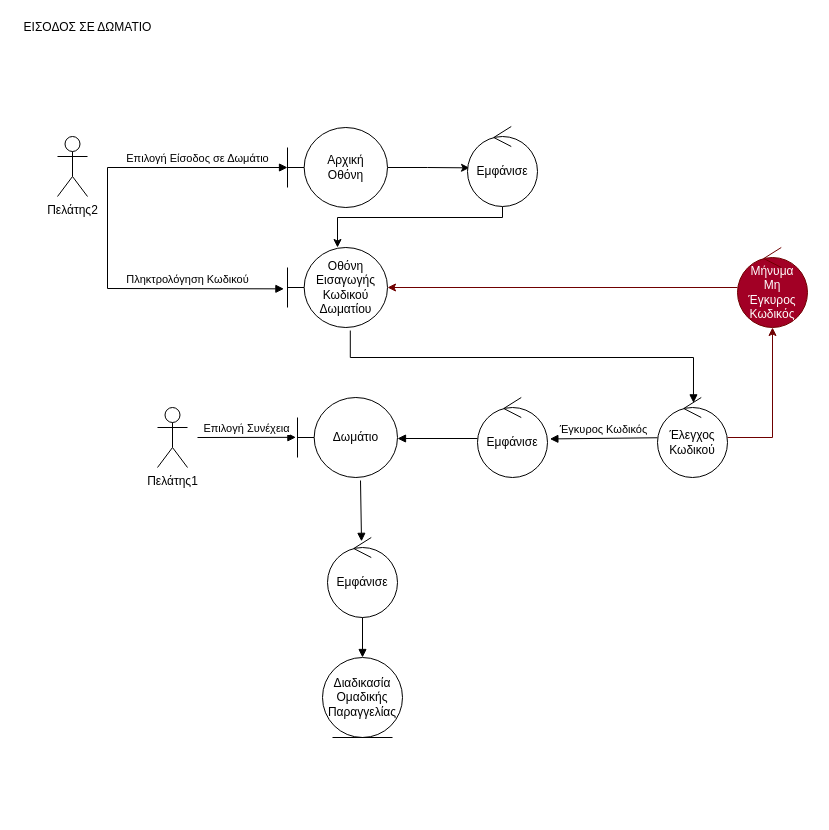
Earlier version of the draw.io diagram docs/contributions/AthanasiaZ/Writing-Charts/Phase3/Robustness Diagrams/Είσοδος σε Δωμάτιο.drawio (iloudaros/nomnomr). Source tidied: cells renumbered, new cells numbered last; positions are measured from the earlier drawing's top-left corner, leaving out a move shared by most shapes. Both pictures are drawn from the tidied source at 100%, with x=0, y=0 at pixel (17, 17).
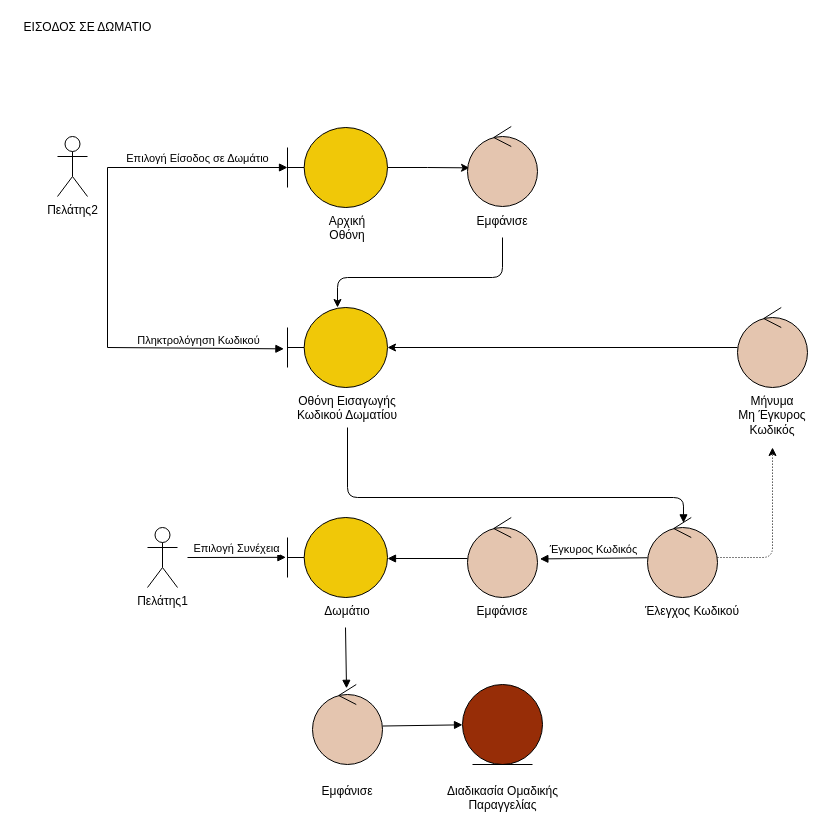
Above is the later version.

Diff of the diagram source:
```diff
@@
-    <mxCell id="4" value="Οθόνη Εισαγωγής Κωδικού Δωματίου" style="shape=umlBoundary;whiteSpace=wrap;html=1;" parent="1" vertex="1">
-      <mxGeometry x="270" y="230" width="100" height="80" as="geometry" />
+    <mxCell id="4" style="shape=umlBoundary;whiteSpace=wrap;html=1;fillColor=#F0C808;" parent="1" vertex="1">
+      <mxGeometry x="270" y="290" width="100" height="80" as="geometry" />
     </mxCell>
@@
-    <mxCell id="7" value="Αρχική&lt;br&gt;Οθόνη" style="shape=umlBoundary;whiteSpace=wrap;html=1;" parent="1" vertex="1">
+    <mxCell id="7" style="shape=umlBoundary;whiteSpace=wrap;html=1;fillColor=#F0C808;" parent="1" vertex="1">
       <mxGeometry x="270" y="110" width="100" height="80" as="geometry" />
     </mxCell>
-    <mxCell id="8" style="edgeStyle=orthogonalEdgeStyle;rounded=0;jettySize=auto;html=1;" parent="1" edge="1" source="9" target="4">
+    <mxCell id="8" style="edgeStyle=orthogonalEdgeStyle;rounded=1;jettySize=auto;html=1;exitX=0.5;exitY=1;exitDx=0;exitDy=0;" parent="1" edge="1" source="27" target="4">
       <mxGeometry relative="1" as="geometry">
         <Array as="points">
-          <mxPoint x="485" y="200" />
-          <mxPoint x="320" y="200" />
+          <mxPoint x="485" y="260" />
+          <mxPoint x="320" y="260" />
         </Array>
       </mxGeometry>
     </mxCell>
-    <mxCell id="9" value="Εμφάνισε" style="ellipse;shape=umlControl;whiteSpace=wrap;html=1;" parent="1" vertex="1">
+    <mxCell id="9" style="ellipse;shape=umlControl;whiteSpace=wrap;html=1;fillColor=#E4C5AF;" parent="1" vertex="1">
       <mxGeometry x="450" y="109" width="70" height="80" as="geometry" />
     </mxCell>
     <mxCell id="10" value="Πληκτρολόγηση Κωδικού" style="html=1;verticalAlign=bottom;endArrow=block;rounded=0;entryX=-0.036;entryY=0.517;entryDx=0;entryDy=0;entryPerimeter=0;" parent="1" edge="1" target="4">
-      <mxGeometry x="0.35" relative="1" as="geometry">
+      <mxGeometry x="0.52" y="-1" relative="1" as="geometry">
         <mxPoint x="90" y="150" as="sourcePoint" />
         <Array as="points">
-          <mxPoint x="90" y="271" />
+          <mxPoint x="90" y="330" />
         </Array>
       </mxGeometry>
     </mxCell>
-    <mxCell id="11" style="edgeStyle=orthogonalEdgeStyle;rounded=0;jettySize=auto;html=1;fillColor=#a20025;strokeColor=#6F0000;" parent="1" edge="1" source="12" target="25">
+    <mxCell id="11" style="edgeStyle=orthogonalEdgeStyle;rounded=1;jettySize=auto;html=1;fillColor=#a20025;strokeColor=#000000;dashed=1;dashPattern=1 2;entryX=0.5;entryY=1;entryDx=0;entryDy=0;" parent="1" edge="1" source="12" target="29">
       <mxGeometry relative="1" as="geometry" />
     </mxCell>
-    <mxCell id="12" value="Έλεγχος Κωδικού" style="ellipse;shape=umlControl;whiteSpace=wrap;html=1;" parent="1" vertex="1">
-      <mxGeometry x="640" y="380" width="70" height="80" as="geometry" />
+    <mxCell id="12" style="ellipse;shape=umlControl;whiteSpace=wrap;html=1;fillColor=#E4C5AF;" parent="1" vertex="1">
+      <mxGeometry x="630" y="500" width="70" height="80" as="geometry" />
     </mxCell>
-    <mxCell id="13" style="html=1;verticalAlign=bottom;endArrow=block;rounded=0;exitX=0.628;exitY=1.038;exitDx=0;exitDy=0;exitPerimeter=0;entryX=0.514;entryY=0.067;entryDx=0;entryDy=0;entryPerimeter=0;edgeStyle=orthogonalEdgeStyle;" parent="1" edge="1" source="4" target="12">
+    <mxCell id="13" style="html=1;verticalAlign=bottom;endArrow=block;rounded=1;exitX=0.5;exitY=1;exitDx=0;exitDy=0;entryX=0.514;entryY=0.067;entryDx=0;entryDy=0;entryPerimeter=0;edgeStyle=orthogonalEdgeStyle;" parent="1" edge="1" source="28" target="12">
       <mxGeometry relative="1" as="geometry">
         <Array as="points">
-          <mxPoint x="333" y="340" />
-          <mxPoint x="676" y="340" />
+          <mxPoint x="330" y="480" />
+          <mxPoint x="666" y="480" />
         </Array>
       </mxGeometry>
     </mxCell>
-    <mxCell id="14" value="Εμφάνισε" style="ellipse;shape=umlControl;whiteSpace=wrap;html=1;" parent="1" vertex="1">
-      <mxGeometry x="460" y="380" width="70" height="80" as="geometry" />
+    <mxCell id="14" style="ellipse;shape=umlControl;whiteSpace=wrap;html=1;fillColor=#E4C5AF;" parent="1" vertex="1">
+      <mxGeometry x="450" y="500" width="70" height="80" as="geometry" />
     </mxCell>
@@
-    <mxCell id="16" value="Δωμάτιο" style="shape=umlBoundary;whiteSpace=wrap;html=1;" parent="1" vertex="1">
-      <mxGeometry x="280" y="380" width="100" height="80" as="geometry" />
+    <mxCell id="16" style="shape=umlBoundary;whiteSpace=wrap;html=1;fillColor=#F0C808;" parent="1" vertex="1">
+      <mxGeometry x="270" y="500" width="100" height="80" as="geometry" />
     </mxCell>
     <mxCell id="17" style="html=1;verticalAlign=bottom;endArrow=block;rounded=0;" parent="1" edge="1">
       <mxGeometry relative="1" as="geometry">
-        <mxPoint x="460" y="421" as="sourcePoint" />
-        <mxPoint x="380" y="421" as="targetPoint" />
+        <mxPoint x="450" y="541" as="sourcePoint" />
+        <mxPoint x="370" y="541" as="targetPoint" />
       </mxGeometry>
     </mxCell>
     <mxCell id="18" value="Πελάτης1" style="shape=umlActor;verticalLabelPosition=bottom;verticalAlign=top;html=1;" parent="1" vertex="1">
-      <mxGeometry x="140" y="390" width="30" height="60" as="geometry" />
+      <mxGeometry x="130" y="510" width="30" height="60" as="geometry" />
     </mxCell>
     <mxCell id="19" value="Επιλογή Συνέχεια" style="html=1;verticalAlign=bottom;endArrow=block;rounded=0;entryX=-0.016;entryY=0.498;entryDx=0;entryDy=0;entryPerimeter=0;" parent="1" edge="1" target="16">
       <mxGeometry relative="1" as="geometry">
-        <mxPoint x="180" y="420" as="sourcePoint" />
+        <mxPoint x="170" y="540" as="sourcePoint" />
       </mxGeometry>
     </mxCell>
-    <mxCell id="20" value="Εμφάνισε" style="ellipse;shape=umlControl;whiteSpace=wrap;html=1;" parent="1" vertex="1">
-      <mxGeometry x="310" y="520" width="70" height="80" as="geometry" />
+    <mxCell id="20" style="ellipse;shape=umlControl;whiteSpace=wrap;html=1;fillColor=#E4C5AF;" parent="1" vertex="1">
+      <mxGeometry x="295" y="667" width="70" height="80" as="geometry" />
     </mxCell>
     <mxCell id="21" style="html=1;verticalAlign=bottom;endArrow=block;rounded=0;entryX=0.486;entryY=0.048;entryDx=0;entryDy=0;entryPerimeter=0;" parent="1" edge="1" target="20">
       <mxGeometry relative="1" as="geometry">
-        <mxPoint x="343" y="463" as="sourcePoint" />
+        <mxPoint x="328" y="610" as="sourcePoint" />
       </mxGeometry>
     </mxCell>
-    <mxCell id="22" value="Διαδικασία Ομαδικής Παραγγελίας" style="ellipse;shape=umlEntity;whiteSpace=wrap;html=1;" parent="1" vertex="1">
-      <mxGeometry x="305" y="640" width="80" height="80" as="geometry" />
+    <mxCell id="22" style="ellipse;shape=umlEntity;whiteSpace=wrap;html=1;fillColor=#972D07;" parent="1" vertex="1">
+      <mxGeometry x="445" y="667" width="80" height="80" as="geometry" />
     </mxCell>
-    <mxCell id="23" style="html=1;verticalAlign=bottom;endArrow=block;rounded=0;" parent="1" edge="1" target="22">
-      <mxGeometry relative="1" as="geometry">
-        <mxPoint x="345" y="600" as="sourcePoint" />
-      </mxGeometry>
+    <mxCell id="23" style="html=1;verticalAlign=bottom;endArrow=block;rounded=0;exitX=1.002;exitY=0.519;exitDx=0;exitDy=0;exitPerimeter=0;" parent="1" edge="1" source="20" target="22">
+      <mxGeometry relative="1" as="geometry" />
     </mxCell>
-    <mxCell id="24" style="edgeStyle=orthogonalEdgeStyle;rounded=0;jettySize=auto;html=1;fillColor=#a20025;strokeColor=#6F0000;" parent="1" edge="1" source="25" target="4">
+    <mxCell id="24" style="edgeStyle=orthogonalEdgeStyle;rounded=0;jettySize=auto;html=1;fillColor=#a20025;strokeColor=#000000;" parent="1" edge="1" source="25" target="4">
       <mxGeometry relative="1" as="geometry" />
     </mxCell>
-    <mxCell id="25" value="Μήνυμα&lt;br&gt;Μη&lt;br&gt;Έγκυρος&lt;br&gt;Κωδικός" style="ellipse;shape=umlControl;whiteSpace=wrap;html=1;fillColor=#a20025;strokeColor=#6F0000;fontColor=#ffffff;" parent="1" vertex="1">
-      <mxGeometry x="720" y="230" width="70" height="80" as="geometry" />
+    <mxCell id="25" style="ellipse;shape=umlControl;whiteSpace=wrap;html=1;fillColor=#E4C5AF;strokeColor=#000000;fontColor=#ffffff;" parent="1" vertex="1">
+      <mxGeometry x="720" y="290" width="70" height="80" as="geometry" />
     </mxCell>
+    <mxCell id="26" value="&lt;span style=&quot;font-family: helvetica; font-size: 12px; font-style: normal; font-weight: 400; letter-spacing: normal; text-indent: 0px; text-transform: none; word-spacing: 0px; display: inline; float: none;&quot;&gt;Αρχική&lt;/span&gt;&lt;br style=&quot;font-family: helvetica; font-size: 12px; font-style: normal; font-weight: 400; letter-spacing: normal; text-indent: 0px; text-transform: none; word-spacing: 0px;&quot;&gt;&lt;span style=&quot;font-family: helvetica; font-size: 12px; font-style: normal; font-weight: 400; letter-spacing: normal; text-indent: 0px; text-transform: none; word-spacing: 0px; display: inline; float: none;&quot;&gt;Οθόνη&lt;/span&gt;" style="text;whiteSpace=wrap;html=1;align=center;labelBackgroundColor=none;fontColor=default;" parent="1" vertex="1">
+      <mxGeometry x="295" y="190" width="70" height="40" as="geometry" />
+    </mxCell>
+    <mxCell id="27" value="&lt;span style=&quot;font-family: helvetica; font-size: 12px; font-style: normal; font-weight: 400; letter-spacing: normal; text-indent: 0px; text-transform: none; word-spacing: 0px; display: inline; float: none;&quot;&gt;Εμφάνισε&lt;/span&gt;" style="text;whiteSpace=wrap;html=1;align=center;labelBackgroundColor=none;fontColor=default;" parent="1" vertex="1">
+      <mxGeometry x="445" y="190" width="80" height="30" as="geometry" />
+    </mxCell>
+    <mxCell id="28" value="&lt;span style=&quot;font-family: helvetica; font-size: 12px; font-style: normal; font-weight: 400; letter-spacing: normal; text-indent: 0px; text-transform: none; word-spacing: 0px; display: inline; float: none;&quot;&gt;Οθόνη Εισαγωγής &lt;br&gt;Κωδικού Δωματίου&lt;/span&gt;" style="text;whiteSpace=wrap;html=1;align=center;labelBackgroundColor=none;fontColor=default;" parent="1" vertex="1">
+      <mxGeometry x="210" y="370" width="240" height="40" as="geometry" />
+    </mxCell>
+    <mxCell id="29" value="&lt;span style=&quot;font-family: &amp;#34;helvetica&amp;#34; ; font-size: 12px ; font-style: normal ; font-weight: 400 ; letter-spacing: normal ; text-indent: 0px ; text-transform: none ; word-spacing: 0px ; display: inline ; float: none&quot;&gt;Μήνυμα&lt;/span&gt;&lt;br style=&quot;font-family: &amp;#34;helvetica&amp;#34; ; font-size: 12px ; font-style: normal ; font-weight: 400 ; letter-spacing: normal ; text-indent: 0px ; text-transform: none ; word-spacing: 0px&quot;&gt;&lt;span style=&quot;font-family: &amp;#34;helvetica&amp;#34; ; font-size: 12px ; font-style: normal ; font-weight: 400 ; letter-spacing: normal ; text-indent: 0px ; text-transform: none ; word-spacing: 0px ; display: inline ; float: none&quot;&gt;Μη&amp;nbsp;&lt;/span&gt;&lt;span style=&quot;font-family: &amp;#34;helvetica&amp;#34; ; font-size: 12px ; font-style: normal ; font-weight: 400 ; letter-spacing: normal ; text-indent: 0px ; text-transform: none ; word-spacing: 0px ; display: inline ; float: none&quot;&gt;Έγκυρος&lt;/span&gt;&lt;br style=&quot;font-family: &amp;#34;helvetica&amp;#34; ; font-size: 12px ; font-style: normal ; font-weight: 400 ; letter-spacing: normal ; text-indent: 0px ; text-transform: none ; word-spacing: 0px&quot;&gt;&lt;span style=&quot;font-family: &amp;#34;helvetica&amp;#34; ; font-size: 12px ; font-style: normal ; font-weight: 400 ; letter-spacing: normal ; text-indent: 0px ; text-transform: none ; word-spacing: 0px ; display: inline ; float: none&quot;&gt;Κωδικός&lt;/span&gt;" style="text;whiteSpace=wrap;html=1;fontColor=default;labelBackgroundColor=none;align=center;" parent="1" vertex="1">
+      <mxGeometry x="715" y="370" width="80" height="60" as="geometry" />
+    </mxCell>
+    <mxCell id="30" value="&lt;span style=&quot;font-family: helvetica; font-size: 12px; font-style: normal; font-weight: 400; letter-spacing: normal; text-indent: 0px; text-transform: none; word-spacing: 0px; display: inline; float: none;&quot;&gt;Δωμάτιο&lt;/span&gt;" style="text;whiteSpace=wrap;html=1;align=center;labelBackgroundColor=none;fontColor=default;" parent="1" vertex="1">
+      <mxGeometry x="295" y="580" width="70" height="30" as="geometry" />
+    </mxCell>
+    <mxCell id="31" value="&lt;span style=&quot;font-family: helvetica; font-size: 12px; font-style: normal; font-weight: 400; letter-spacing: normal; text-indent: 0px; text-transform: none; word-spacing: 0px; display: inline; float: none;&quot;&gt;Εμφάνισε&lt;/span&gt;" style="text;whiteSpace=wrap;html=1;align=center;labelBackgroundColor=none;fontColor=default;" parent="1" vertex="1">
+      <mxGeometry x="445" y="580" width="80" height="30" as="geometry" />
+    </mxCell>
+    <mxCell id="32" value="&lt;span style=&quot;font-family: helvetica; font-size: 12px; font-style: normal; font-weight: 400; letter-spacing: normal; text-indent: 0px; text-transform: none; word-spacing: 0px; display: inline; float: none;&quot;&gt;Έλεγχος Κωδικού&lt;/span&gt;" style="text;whiteSpace=wrap;html=1;align=center;labelBackgroundColor=none;fontColor=default;" parent="1" vertex="1">
+      <mxGeometry x="610" y="580" width="130" height="30" as="geometry" />
+    </mxCell>
+    <mxCell id="33" value="&lt;span style=&quot;font-family: helvetica; font-size: 12px; font-style: normal; font-weight: 400; letter-spacing: normal; text-indent: 0px; text-transform: none; word-spacing: 0px; display: inline; float: none;&quot;&gt;Διαδικασία Ομαδικής &lt;br&gt;Παραγγελίας&lt;/span&gt;" style="text;whiteSpace=wrap;html=1;align=center;labelBackgroundColor=none;fontColor=default;" parent="1" vertex="1">
+      <mxGeometry x="397.5" y="760" width="175" height="30" as="geometry" />
+    </mxCell>
+    <mxCell id="34" value="&lt;span style=&quot;font-family: helvetica; font-size: 12px; font-style: normal; font-weight: 400; letter-spacing: normal; text-indent: 0px; text-transform: none; word-spacing: 0px; display: inline; float: none;&quot;&gt;Εμφάνισε&lt;/span&gt;" style="text;whiteSpace=wrap;html=1;align=center;labelBackgroundColor=none;fontColor=default;" parent="1" vertex="1">
+      <mxGeometry x="290" y="760" width="80" height="30" as="geometry" />
+    </mxCell>
```
